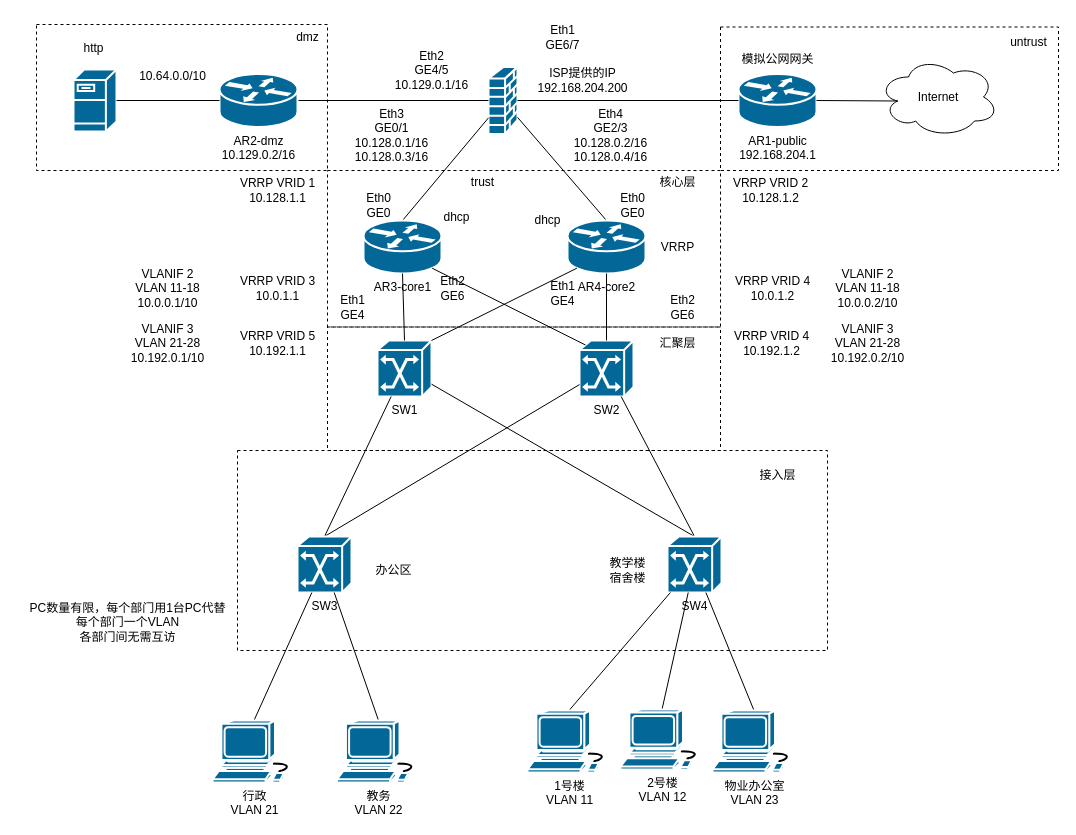
Above: ne24.drawio in HPLZH/draw (draw.io), before the change. Source tidied: cells renumbered, new cells numbered last; positions are measured from the earlier drawing's top-left corner, leaving out a move shared by most shapes. Both pictures are drawn from the tidied source at 100%, with x=0, y=0 at pixel (17, 17).
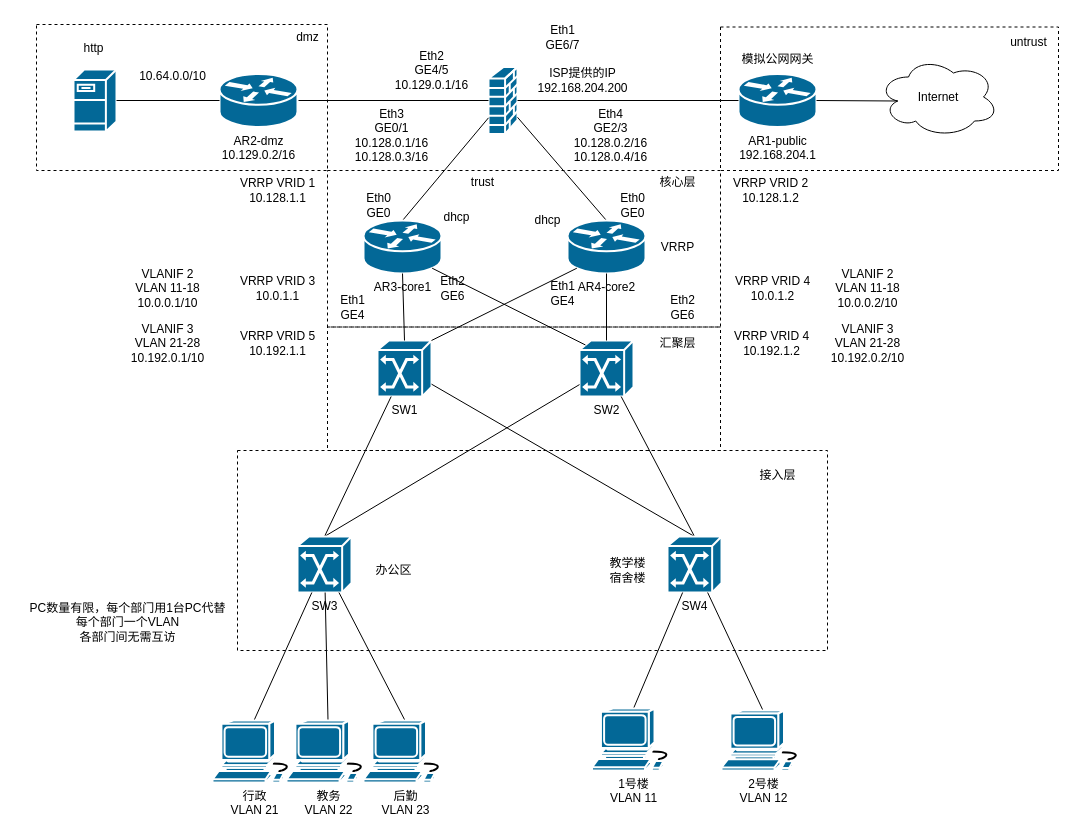
The same page after the edit.

The change refers to these unchanged cells:
```xml
<mxCell id="27" value="SW3" style="shape=mxgraph.cisco.switches.atm_switch;sketch=0;html=1;dashed=0;fillColor=#036897;strokeColor=#ffffff;strokeWidth=2;verticalLabelPosition=bottom;verticalAlign=top;align=center;outlineConnect=0;" parent="1" vertex="1">
  <mxGeometry x="280" y="519" width="54" height="56" as="geometry" />
</mxCell>
<mxCell id="30" value="SW4" style="shape=mxgraph.cisco.switches.atm_switch;sketch=0;html=1;dashed=0;fillColor=#036897;strokeColor=#ffffff;strokeWidth=2;verticalLabelPosition=bottom;verticalAlign=top;align=center;outlineConnect=0;" parent="1" vertex="1">
  <mxGeometry x="650" y="519" width="54" height="56" as="geometry" />
</mxCell>
```

What changed in the source:
```diff
@@
     <mxCell id="34" value="&lt;div&gt;教务&lt;/div&gt;&lt;div&gt;VLAN 22&lt;/div&gt;" style="shape=mxgraph.cisco.computers_and_peripherals.workstation;sketch=0;html=1;dashed=0;fillColor=#036897;strokeColor=#ffffff;strokeWidth=2;verticalLabelPosition=bottom;verticalAlign=top;align=center;outlineConnect=0;" parent="1" vertex="1">
-      <mxGeometry x="319.5" y="703" width="83" height="62" as="geometry" />
+      <mxGeometry x="269" y="703" width="83" height="62" as="geometry" />
     </mxCell>
@@
     <mxCell id="36" value="1号楼&lt;div&gt;VLAN 11&lt;/div&gt;" style="shape=mxgraph.cisco.computers_and_peripherals.workstation;sketch=0;html=1;dashed=0;fillColor=#036897;strokeColor=#ffffff;strokeWidth=2;verticalLabelPosition=bottom;verticalAlign=top;align=center;outlineConnect=0;" parent="1" vertex="1">
-      <mxGeometry x="510" y="693" width="83" height="62" as="geometry" />
+      <mxGeometry x="574.5" y="691" width="83" height="62" as="geometry" />
     </mxCell>
@@
     <mxCell id="38" value="2号楼&lt;div&gt;VLAN 12&lt;/div&gt;" style="shape=mxgraph.cisco.computers_and_peripherals.workstation;sketch=0;html=1;dashed=0;fillColor=#036897;strokeColor=#ffffff;strokeWidth=2;verticalLabelPosition=bottom;verticalAlign=top;align=center;outlineConnect=0;" parent="1" vertex="1">
-      <mxGeometry x="603" y="692" width="83" height="60" as="geometry" />
+      <mxGeometry x="704" y="693" width="83" height="60" as="geometry" />
     </mxCell>
@@
-    <mxCell id="55" style="rounded=0;jettySize=auto;html=1;exitX=0.5;exitY=0;exitDx=0;exitDy=0;exitPerimeter=0;endArrow=none;endFill=0;" parent="1" edge="1" source="56" target="30">
+    <mxCell id="55" style="rounded=0;jettySize=auto;html=1;exitX=0.5;exitY=0;exitDx=0;exitDy=0;exitPerimeter=0;endArrow=none;endFill=0;" parent="1" edge="1" source="56" target="27">
       <mxGeometry relative="1" as="geometry" />
     </mxCell>
-    <mxCell id="56" value="&lt;div&gt;&lt;span style=&quot;background-color: initial;&quot;&gt;物业办公室&lt;/span&gt;&lt;/div&gt;&lt;div&gt;&lt;span style=&quot;background-color: initial;&quot;&gt;VLAN 23&lt;/span&gt;&lt;/div&gt;" style="shape=mxgraph.cisco.computers_and_peripherals.workstation;sketch=0;html=1;dashed=0;fillColor=#036897;strokeColor=#ffffff;strokeWidth=2;verticalLabelPosition=bottom;verticalAlign=top;align=center;outlineConnect=0;" parent="1" vertex="1">
-      <mxGeometry x="695" y="693" width="83" height="62" as="geometry" />
+    <mxCell id="56" value="&lt;div&gt;后勤&lt;/div&gt;&lt;div&gt;&lt;span style=&quot;background-color: initial;&quot;&gt;VLAN 23&lt;/span&gt;&lt;/div&gt;" style="shape=mxgraph.cisco.computers_and_peripherals.workstation;sketch=0;html=1;dashed=0;fillColor=#036897;strokeColor=#ffffff;strokeWidth=2;verticalLabelPosition=bottom;verticalAlign=top;align=center;outlineConnect=0;" parent="1" vertex="1">
+      <mxGeometry x="346" y="703" width="83" height="62" as="geometry" />
     </mxCell>
```
